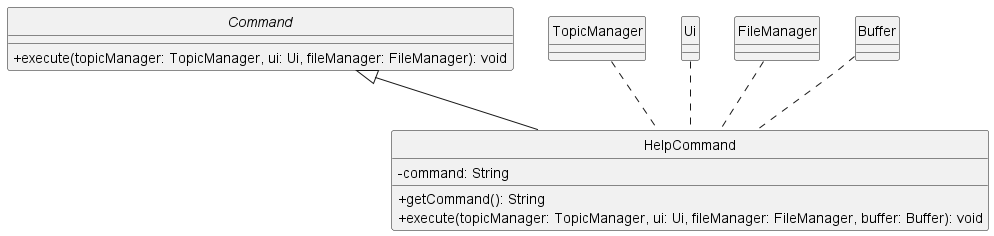
ong-ck/tp keeps this PlantUML diagram as docs/class-diagrams/diagrams/HelpCommand.png. Above is the earlier version. Its diagram source:
```plantuml
@startuml
skinparam classAttributeIconSize 0
hide circle

abstract class Command {
    +execute(topicManager: TopicManager, ui: Ui, fileManager: FileManager): void
}

class HelpCommand {
    -command: String
    +getCommand(): String
    +execute(topicManager: TopicManager, ui: Ui, fileManager: FileManager, buffer: Buffer): void
}

class TopicManager {
}

class Ui {
}

class FileManager {
}

class Buffer {
}

Command <|-- HelpCommand


TopicManager .. HelpCommand
Ui .. HelpCommand
FileManager .. HelpCommand
Buffer .. HelpCommand
@enduml
```
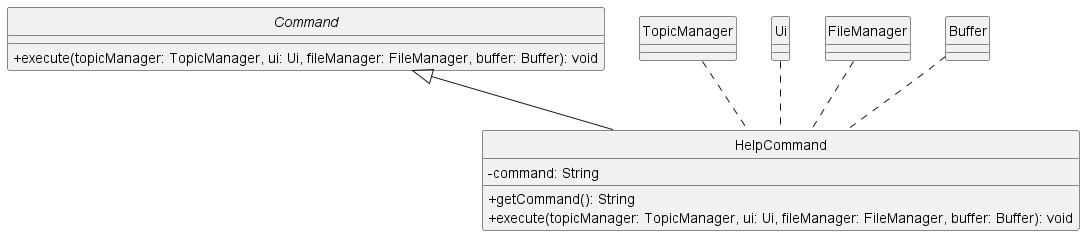
The same file after the commit.

Commit message:
Update methods in class diagram to include buffer

Change to the diagram source:
```diff
@@ -3,7 +3,7 @@
 hide circle
 
 abstract class Command {
-    +execute(topicManager: TopicManager, ui: Ui, fileManager: FileManager): void
+    +execute(topicManager: TopicManager, ui: Ui, fileManager: FileManager, buffer: Buffer): void
 }
 
 class HelpCommand {
```
